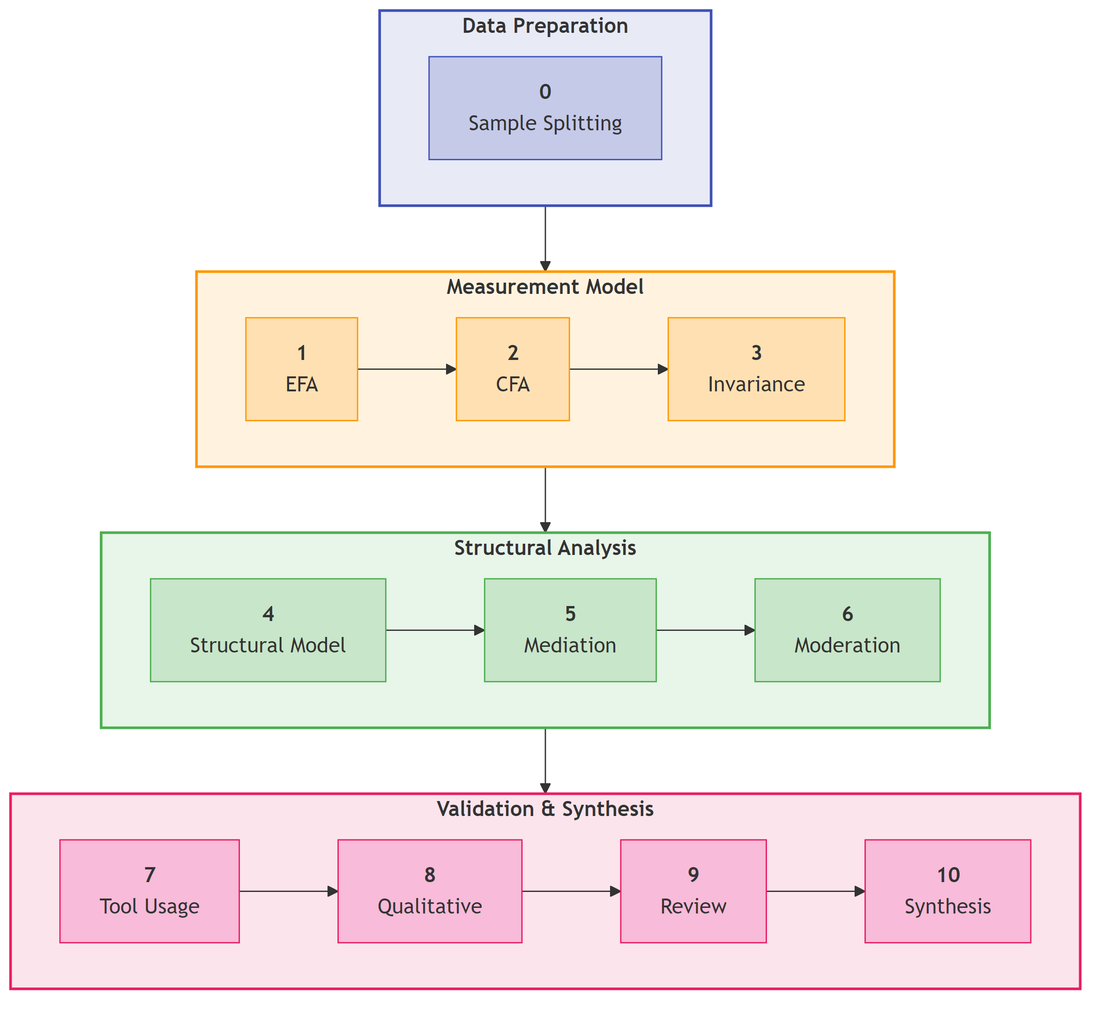
fabioc-aloha/AIRS_Data_Analysis keeps this Mermaid diagram as thesis-v2/output/mermaid/03_methodology_diagram_0.png. Above is the earlier version. Its source is kept beside it as thesis-v2/output/mermaid/03_methodology_diagram_0.mmd.
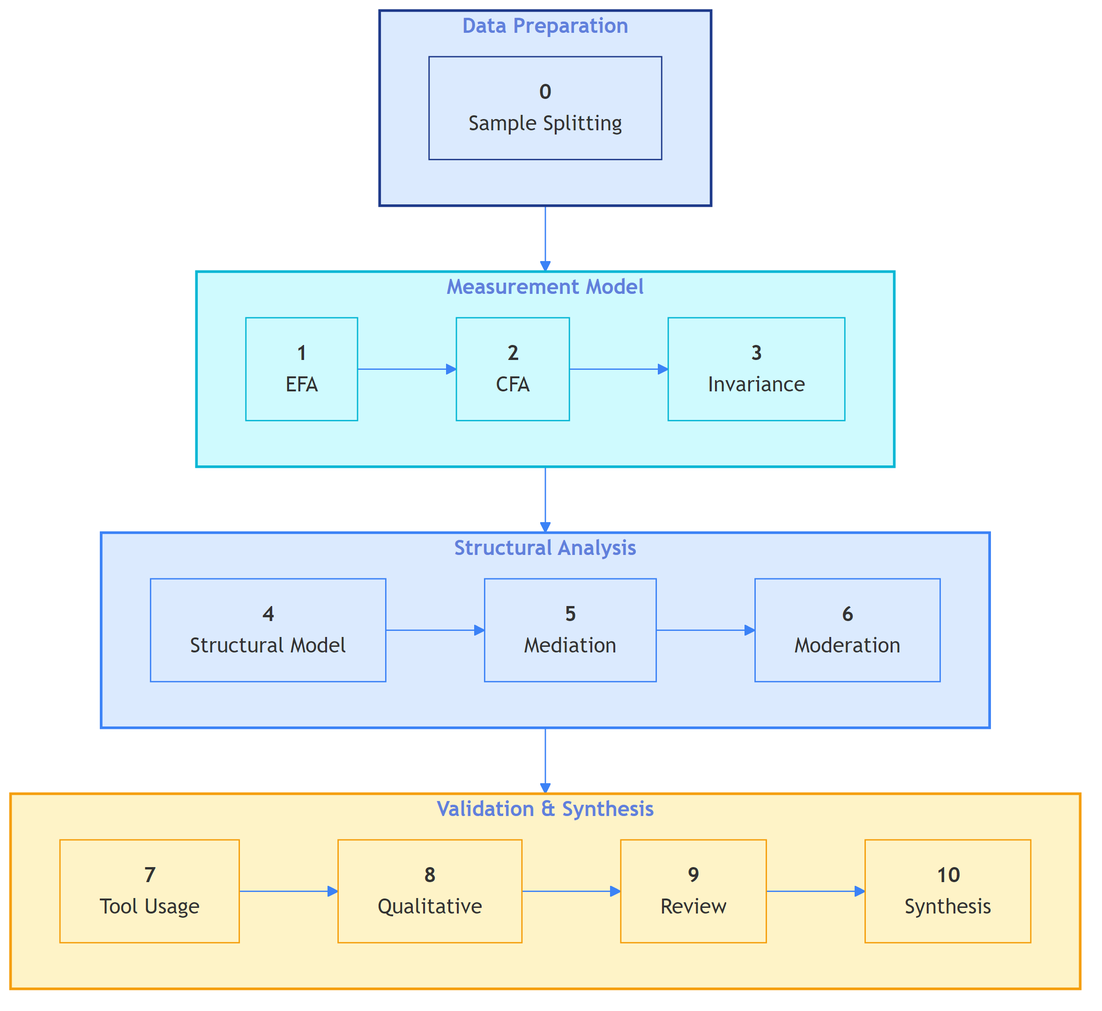
The same file after the commit.

Diff of the diagram source:
```diff
@@ -1,3 +1,4 @@
+%%{init: {'theme': 'base', 'themeVariables': {'primaryColor': '#1e3a8a', 'lineColor': '#3b82f6'}}}%%
 flowchart TB
     subgraph stage1["<b>Data Preparation</b>"]
         P0["<b>0</b><br/>Sample Splitting"]
@@ -20,18 +21,18 @@
 
     stage1 --> stage2 --> stage3 --> stage4
 
-    style stage1 fill:#e8eaf6,stroke:#3f51b5,stroke-width:2px
-    style stage2 fill:#fff3e0,stroke:#ff9800,stroke-width:2px
-    style stage3 fill:#e8f5e9,stroke:#4caf50,stroke-width:2px
-    style stage4 fill:#fce4ec,stroke:#e91e63,stroke-width:2px
-    style P0 fill:#c5cae9,stroke:#3f51b5
-    style P1 fill:#ffe0b2,stroke:#ff9800
-    style P2 fill:#ffe0b2,stroke:#ff9800
-    style P3 fill:#ffe0b2,stroke:#ff9800
-    style P4 fill:#c8e6c9,stroke:#4caf50
-    style P5 fill:#c8e6c9,stroke:#4caf50
-    style P6 fill:#c8e6c9,stroke:#4caf50
-    style P7 fill:#f8bbd9,stroke:#e91e63
-    style P8 fill:#f8bbd9,stroke:#e91e63
-    style P9 fill:#f8bbd9,stroke:#e91e63
-    style P10 fill:#f8bbd9,stroke:#e91e63
+    style stage1 fill:#dbeafe,stroke:#1e3a8a,stroke-width:2px
+    style stage2 fill:#cffafe,stroke:#06b6d4,stroke-width:2px
+    style stage3 fill:#dbeafe,stroke:#3b82f6,stroke-width:2px
+    style stage4 fill:#fef3c7,stroke:#f59e0b,stroke-width:2px
+    style P0 fill:#dbeafe,stroke:#1e3a8a
+    style P1 fill:#cffafe,stroke:#06b6d4
+    style P2 fill:#cffafe,stroke:#06b6d4
+    style P3 fill:#cffafe,stroke:#06b6d4
+    style P4 fill:#dbeafe,stroke:#3b82f6
+    style P5 fill:#dbeafe,stroke:#3b82f6
+    style P6 fill:#dbeafe,stroke:#3b82f6
+    style P7 fill:#fef3c7,stroke:#f59e0b
+    style P8 fill:#fef3c7,stroke:#f59e0b
+    style P9 fill:#fef3c7,stroke:#f59e0b
+    style P10 fill:#fef3c7,stroke:#f59e0b
```
